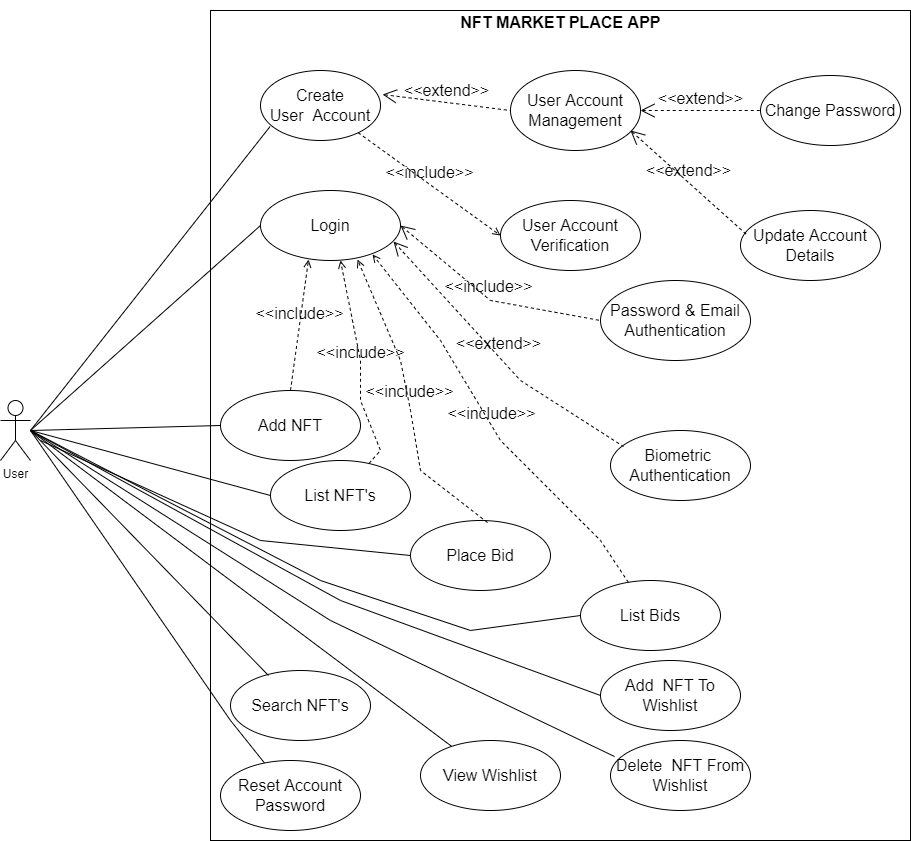
The draw.io diagram diagrams/use-case-diagram.png in kevy0915/NFT_MarketPlace, before a commit. Source tidied: cells renumbered, new cells last; positions are measured from the earlier drawing's top-left corner, leaving out a move shared by most shapes. Source of this version:
```xml
<mxGraphModel>
  <root>
    <mxCell id="0" />
    <mxCell id="1" parent="0" />
    <mxCell id="2" style="rounded=0;whiteSpace=wrap;html=1;" parent="1" vertex="1">
      <mxGeometry x="210" y="10" width="700" height="830" as="geometry" />
    </mxCell>
    <mxCell id="3" value="User" style="shape=umlActor;verticalLabelPosition=bottom;verticalAlign=top;html=1;" parent="1" vertex="1">
      <mxGeometry y="400" width="30" height="60" as="geometry" />
    </mxCell>
    <mxCell id="4" value="&lt;font style=&quot;font-size: 16px;&quot;&gt;NFT MARKET PLACE APP&lt;/font&gt;" style="text;strokeColor=none;fillColor=none;html=1;fontSize=24;fontStyle=1;verticalAlign=middle;align=center;" parent="1" vertex="1">
      <mxGeometry x="510" width="100" height="40" as="geometry" />
    </mxCell>
    <mxCell id="5" value="Create&lt;br&gt;User&amp;nbsp; Account" style="ellipse;whiteSpace=wrap;html=1;fontSize=16;" parent="1" vertex="1">
      <mxGeometry x="260" y="70" width="120" height="70" as="geometry" />
    </mxCell>
    <mxCell id="6" value="User Account Management" style="ellipse;whiteSpace=wrap;html=1;fontSize=16;" parent="1" vertex="1">
      <mxGeometry x="510" y="70" width="130" height="80" as="geometry" />
    </mxCell>
    <mxCell id="7" value="&amp;lt;&amp;lt;extend&amp;gt;&amp;gt;" style="edgeStyle=none;html=1;startArrow=open;endArrow=none;startSize=12;verticalAlign=bottom;dashed=1;labelBackgroundColor=none;rounded=0;fontSize=16;entryX=0;entryY=0.5;entryDx=0;entryDy=0;exitX=1.017;exitY=0.343;exitDx=0;exitDy=0;exitPerimeter=0;" parent="1" edge="1" source="5" target="6">
      <mxGeometry relative="1" as="geometry" />
    </mxCell>
    <mxCell id="8" value="User Account Verification" style="ellipse;whiteSpace=wrap;html=1;fontSize=16;" parent="1" vertex="1">
      <mxGeometry x="500" y="200" width="140" height="70" as="geometry" />
    </mxCell>
    <mxCell id="9" value="&amp;lt;&amp;lt;include&amp;gt;&amp;gt;" style="html=1;verticalAlign=bottom;labelBackgroundColor=none;endArrow=open;endFill=0;dashed=1;rounded=0;fontSize=16;entryX=0;entryY=0.5;entryDx=0;entryDy=0;" parent="1" edge="1" source="5" target="8">
      <mxGeometry relative="1" as="geometry" />
    </mxCell>
    <mxCell id="10" value="Login" style="ellipse;whiteSpace=wrap;html=1;fontSize=16;" parent="1" vertex="1">
      <mxGeometry x="260" y="190" width="140" height="70" as="geometry" />
    </mxCell>
    <mxCell id="11" value="Add NFT" style="ellipse;whiteSpace=wrap;html=1;fontSize=16;" parent="1" vertex="1">
      <mxGeometry x="220" y="390" width="140" height="70" as="geometry" />
    </mxCell>
    <mxCell id="12" value="Search NFT's" style="ellipse;whiteSpace=wrap;html=1;fontSize=16;" parent="1" vertex="1">
      <mxGeometry x="230" y="670" width="140" height="70" as="geometry" />
    </mxCell>
    <mxCell id="13" value="List NFT's" style="ellipse;whiteSpace=wrap;html=1;fontSize=16;" parent="1" vertex="1">
      <mxGeometry x="270" y="460" width="140" height="70" as="geometry" />
    </mxCell>
    <mxCell id="14" value="List Bids" style="ellipse;whiteSpace=wrap;html=1;fontSize=16;" parent="1" vertex="1">
      <mxGeometry x="580" y="580" width="140" height="70" as="geometry" />
    </mxCell>
    <mxCell id="15" value="Password &amp;amp; Email Authentication" style="ellipse;whiteSpace=wrap;html=1;fontSize=16;" parent="1" vertex="1">
      <mxGeometry x="600" y="280" width="150" height="80" as="geometry" />
    </mxCell>
    <mxCell id="16" value="Biometric&amp;nbsp; Authentication" style="ellipse;whiteSpace=wrap;html=1;fontSize=16;" parent="1" vertex="1">
      <mxGeometry x="610" y="430" width="140" height="70" as="geometry" />
    </mxCell>
    <mxCell id="17" style="endArrow=none;html=1;rounded=0;fontSize=16;entryX=0.08;entryY=0.8;entryDx=0;entryDy=0;entryPerimeter=0;exitX=0;exitY=0.5;exitDx=0;exitDy=0;" parent="1" edge="1" source="10" target="5">
      <mxGeometry relative="1" as="geometry">
        <Array as="points">
          <mxPoint x="30" y="430" />
        </Array>
      </mxGeometry>
    </mxCell>
    <mxCell id="18" style="endArrow=none;html=1;rounded=0;fontSize=16;entryX=0;entryY=0.5;entryDx=0;entryDy=0;" parent="1" edge="1" target="11">
      <mxGeometry relative="1" as="geometry">
        <mxPoint x="30" y="430" as="sourcePoint" />
      </mxGeometry>
    </mxCell>
    <mxCell id="19" style="endArrow=none;html=1;rounded=0;fontSize=16;entryX=0;entryY=0.5;entryDx=0;entryDy=0;" parent="1" edge="1" target="13">
      <mxGeometry relative="1" as="geometry">
        <mxPoint x="30" y="430" as="sourcePoint" />
      </mxGeometry>
    </mxCell>
    <mxCell id="20" style="endArrow=none;html=1;rounded=0;fontSize=16;entryX=0.271;entryY=0.071;entryDx=0;entryDy=0;entryPerimeter=0;" parent="1" edge="1" target="12">
      <mxGeometry relative="1" as="geometry">
        <mxPoint x="30" y="430" as="sourcePoint" />
      </mxGeometry>
    </mxCell>
    <mxCell id="21" style="endArrow=none;html=1;rounded=0;fontSize=16;entryX=0;entryY=0.5;entryDx=0;entryDy=0;" parent="1" edge="1" target="14">
      <mxGeometry relative="1" as="geometry">
        <mxPoint x="30" y="430" as="sourcePoint" />
        <Array as="points">
          <mxPoint x="320" y="580" />
          <mxPoint x="470" y="630" />
        </Array>
      </mxGeometry>
    </mxCell>
    <mxCell id="22" value="&amp;lt;&amp;lt;include&amp;gt;&amp;gt;" style="html=1;verticalAlign=bottom;labelBackgroundColor=none;endArrow=open;endFill=0;dashed=1;rounded=0;fontSize=16;exitX=0.5;exitY=0;exitDx=0;exitDy=0;entryX=0.343;entryY=0.986;entryDx=0;entryDy=0;entryPerimeter=0;" parent="1" edge="1" source="11" target="10">
      <mxGeometry relative="1" as="geometry" />
    </mxCell>
    <mxCell id="23" value="&amp;lt;&amp;lt;include&amp;gt;&amp;gt;" style="html=1;verticalAlign=bottom;labelBackgroundColor=none;endArrow=open;endFill=0;dashed=1;rounded=0;fontSize=16;entryX=0.571;entryY=1;entryDx=0;entryDy=0;entryPerimeter=0;" parent="1" edge="1" source="13" target="10">
      <mxGeometry relative="1" as="geometry">
        <Array as="points">
          <mxPoint x="380" y="450" />
          <mxPoint x="360" y="400" />
          <mxPoint x="360" y="360" />
        </Array>
      </mxGeometry>
    </mxCell>
    <mxCell id="24" value="&amp;lt;&amp;lt;include&amp;gt;&amp;gt;" style="html=1;verticalAlign=bottom;labelBackgroundColor=none;endArrow=open;endFill=0;dashed=1;rounded=0;fontSize=16;entryX=0.8;entryY=0.914;entryDx=0;entryDy=0;entryPerimeter=0;" parent="1" edge="1" source="14" target="10">
      <mxGeometry relative="1" as="geometry">
        <Array as="points">
          <mxPoint x="600" y="540" />
          <mxPoint x="500" y="440" />
          <mxPoint x="440" y="340" />
        </Array>
      </mxGeometry>
    </mxCell>
    <mxCell id="25" value="&amp;lt;&amp;lt;include&amp;gt;&amp;gt;" style="edgeStyle=none;html=1;startArrow=open;endArrow=none;startSize=12;verticalAlign=bottom;dashed=1;labelBackgroundColor=none;rounded=0;fontSize=16;entryX=0;entryY=0.5;entryDx=0;entryDy=0;exitX=1;exitY=0.5;exitDx=0;exitDy=0;" parent="1" edge="1" source="10" target="15">
      <mxGeometry relative="1" as="geometry">
        <Array as="points">
          <mxPoint x="490" y="300" />
        </Array>
      </mxGeometry>
    </mxCell>
    <mxCell id="26" value="&amp;lt;&amp;lt;extend&amp;gt;&amp;gt;" style="edgeStyle=none;html=1;startArrow=open;endArrow=none;startSize=12;verticalAlign=bottom;dashed=1;labelBackgroundColor=none;rounded=0;fontSize=16;entryX=0.093;entryY=0.229;entryDx=0;entryDy=0;entryPerimeter=0;exitX=0.95;exitY=0.729;exitDx=0;exitDy=0;exitPerimeter=0;" parent="1" edge="1" source="10" target="16">
      <mxGeometry relative="1" as="geometry">
        <Array as="points">
          <mxPoint x="520" y="380" />
        </Array>
      </mxGeometry>
    </mxCell>
    <mxCell id="27" value="Change Password" style="ellipse;whiteSpace=wrap;html=1;fontSize=16;" parent="1" vertex="1">
      <mxGeometry x="760" y="75" width="140" height="70" as="geometry" />
    </mxCell>
    <mxCell id="28" value="Update Account Details" style="ellipse;whiteSpace=wrap;html=1;fontSize=16;" parent="1" vertex="1">
      <mxGeometry x="740" y="210" width="140" height="70" as="geometry" />
    </mxCell>
    <mxCell id="29" value="Reset Account Password" style="ellipse;whiteSpace=wrap;html=1;fontSize=16;" parent="1" vertex="1">
      <mxGeometry x="220" y="760" width="140" height="70" as="geometry" />
    </mxCell>
    <mxCell id="30" style="endArrow=none;html=1;rounded=0;fontSize=16;" parent="1" edge="1" target="29">
      <mxGeometry relative="1" as="geometry">
        <mxPoint x="30" y="430" as="sourcePoint" />
        <Array as="points">
          <mxPoint x="230" y="720" />
        </Array>
      </mxGeometry>
    </mxCell>
    <mxCell id="31" value="&amp;lt;&amp;lt;extend&amp;gt;&amp;gt;" style="edgeStyle=none;html=1;startArrow=open;endArrow=none;startSize=12;verticalAlign=bottom;dashed=1;labelBackgroundColor=none;rounded=0;fontSize=16;" parent="1" edge="1">
      <mxGeometry relative="1" as="geometry">
        <mxPoint x="640" y="110" as="sourcePoint" />
        <mxPoint x="760" y="110" as="targetPoint" />
      </mxGeometry>
    </mxCell>
    <mxCell id="32" value="&amp;lt;&amp;lt;extend&amp;gt;&amp;gt;" style="edgeStyle=none;html=1;startArrow=open;endArrow=none;startSize=12;verticalAlign=bottom;dashed=1;labelBackgroundColor=none;rounded=0;fontSize=16;entryX=0.043;entryY=0.343;entryDx=0;entryDy=0;entryPerimeter=0;" parent="1" edge="1" target="28">
      <mxGeometry relative="1" as="geometry">
        <mxPoint x="630" y="130" as="sourcePoint" />
      </mxGeometry>
    </mxCell>
    <mxCell id="33" value="Place Bid" style="ellipse;whiteSpace=wrap;html=1;fontSize=16;" parent="1" vertex="1">
      <mxGeometry x="410" y="520" width="140" height="70" as="geometry" />
    </mxCell>
    <mxCell id="34" style="endArrow=none;html=1;rounded=0;fontSize=16;entryX=0;entryY=0.5;entryDx=0;entryDy=0;" parent="1" edge="1" target="33">
      <mxGeometry relative="1" as="geometry">
        <mxPoint x="40" y="440" as="sourcePoint" />
        <Array as="points">
          <mxPoint x="260" y="540" />
        </Array>
      </mxGeometry>
    </mxCell>
    <mxCell id="35" value="&amp;lt;&amp;lt;include&amp;gt;&amp;gt;" style="html=1;verticalAlign=bottom;labelBackgroundColor=none;endArrow=open;endFill=0;dashed=1;rounded=0;fontSize=16;entryX=0.693;entryY=0.986;entryDx=0;entryDy=0;entryPerimeter=0;exitX=0.55;exitY=0.029;exitDx=0;exitDy=0;exitPerimeter=0;" parent="1" edge="1" source="33" target="10">
      <mxGeometry relative="1" as="geometry">
        <Array as="points">
          <mxPoint x="420" y="470" />
          <mxPoint x="410" y="410" />
          <mxPoint x="400" y="360" />
        </Array>
      </mxGeometry>
    </mxCell>
    <mxCell id="36" value="Add&amp;nbsp; NFT To Wishlist" style="ellipse;whiteSpace=wrap;html=1;fontSize=16;" parent="1" vertex="1">
      <mxGeometry x="600" y="660" width="140" height="70" as="geometry" />
    </mxCell>
    <mxCell id="37" value="Delete&amp;nbsp; NFT From Wishlist" style="ellipse;whiteSpace=wrap;html=1;fontSize=16;" parent="1" vertex="1">
      <mxGeometry x="610" y="740" width="140" height="70" as="geometry" />
    </mxCell>
    <mxCell id="38" value="View Wishlist" style="ellipse;whiteSpace=wrap;html=1;fontSize=16;" parent="1" vertex="1">
      <mxGeometry x="420" y="740" width="140" height="70" as="geometry" />
    </mxCell>
    <mxCell id="39" style="endArrow=none;html=1;rounded=0;fontSize=16;" parent="1" edge="1" target="38">
      <mxGeometry relative="1" as="geometry">
        <mxPoint x="30" y="430" as="sourcePoint" />
      </mxGeometry>
    </mxCell>
    <mxCell id="40" style="endArrow=none;html=1;rounded=0;fontSize=16;entryX=0.029;entryY=0.229;entryDx=0;entryDy=0;entryPerimeter=0;" parent="1" edge="1" target="37">
      <mxGeometry relative="1" as="geometry">
        <mxPoint x="30" y="430" as="sourcePoint" />
        <Array as="points">
          <mxPoint x="330" y="620" />
        </Array>
      </mxGeometry>
    </mxCell>
    <mxCell id="41" style="endArrow=none;html=1;rounded=0;fontSize=16;entryX=0;entryY=0.5;entryDx=0;entryDy=0;" parent="1" edge="1" target="36">
      <mxGeometry relative="1" as="geometry">
        <mxPoint x="30" y="430" as="sourcePoint" />
        <Array as="points">
          <mxPoint x="340" y="600" />
        </Array>
      </mxGeometry>
    </mxCell>
  </root>
</mxGraphModel>
```
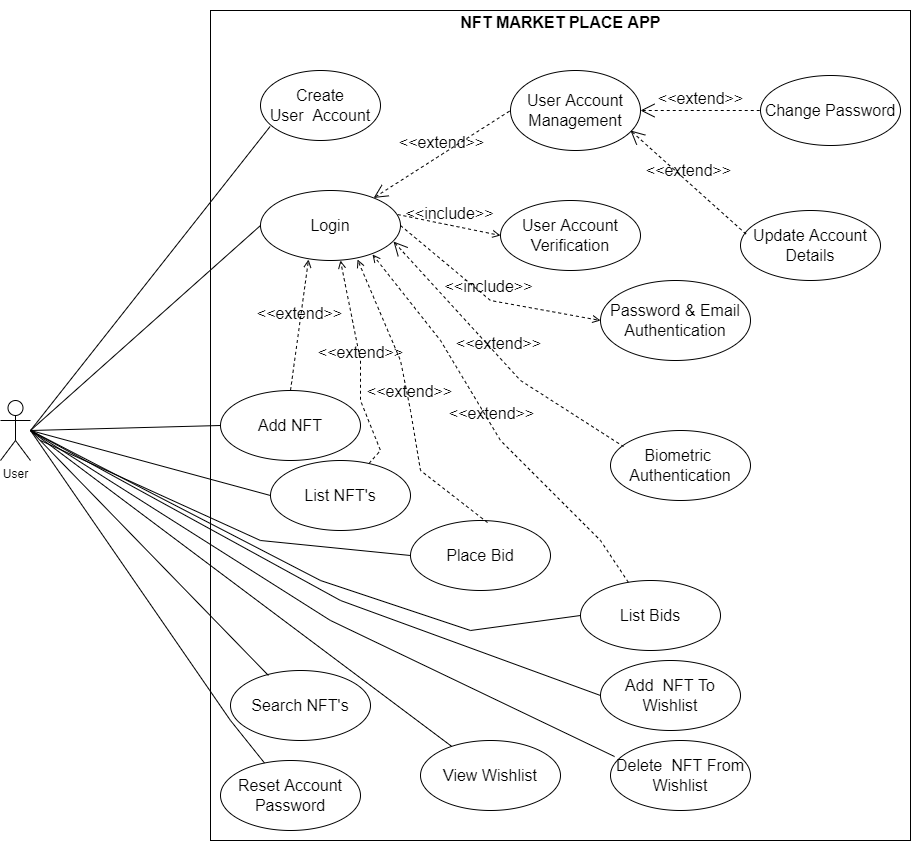
Later version of the same file.

Diff of the diagram source:
```diff
@@ -17,13 +17,13 @@
     <mxCell id="6" value="User Account Management" style="ellipse;whiteSpace=wrap;html=1;fontSize=16;" parent="1" vertex="1">
       <mxGeometry x="510" y="70" width="130" height="80" as="geometry" />
     </mxCell>
-    <mxCell id="7" value="&amp;lt;&amp;lt;extend&amp;gt;&amp;gt;" style="edgeStyle=none;html=1;startArrow=open;endArrow=none;startSize=12;verticalAlign=bottom;dashed=1;labelBackgroundColor=none;rounded=0;fontSize=16;entryX=0;entryY=0.5;entryDx=0;entryDy=0;exitX=1.017;exitY=0.343;exitDx=0;exitDy=0;exitPerimeter=0;" parent="1" edge="1" source="5" target="6">
+    <mxCell id="7" value="&amp;lt;&amp;lt;extend&amp;gt;&amp;gt;" style="edgeStyle=none;html=1;startArrow=open;endArrow=none;startSize=12;verticalAlign=bottom;dashed=1;labelBackgroundColor=none;rounded=0;fontSize=16;entryX=0;entryY=0.5;entryDx=0;entryDy=0;" parent="1" edge="1" source="10" target="6">
       <mxGeometry relative="1" as="geometry" />
     </mxCell>
     <mxCell id="8" value="User Account Verification" style="ellipse;whiteSpace=wrap;html=1;fontSize=16;" parent="1" vertex="1">
       <mxGeometry x="500" y="200" width="140" height="70" as="geometry" />
     </mxCell>
-    <mxCell id="9" value="&amp;lt;&amp;lt;include&amp;gt;&amp;gt;" style="html=1;verticalAlign=bottom;labelBackgroundColor=none;endArrow=open;endFill=0;dashed=1;rounded=0;fontSize=16;entryX=0;entryY=0.5;entryDx=0;entryDy=0;" parent="1" edge="1" source="5" target="8">
+    <mxCell id="9" value="&amp;lt;&amp;lt;include&amp;gt;&amp;gt;" style="html=1;verticalAlign=bottom;labelBackgroundColor=none;endArrow=open;endFill=0;dashed=1;rounded=0;fontSize=16;entryX=0;entryY=0.5;entryDx=0;entryDy=0;exitX=0.979;exitY=0.343;exitDx=0;exitDy=0;exitPerimeter=0;" parent="1" edge="1" source="10" target="8">
       <mxGeometry relative="1" as="geometry" />
     </mxCell>
     <mxCell id="10" value="Login" style="ellipse;whiteSpace=wrap;html=1;fontSize=16;" parent="1" vertex="1">
@@ -78,10 +78,10 @@
         </Array>
       </mxGeometry>
     </mxCell>
-    <mxCell id="22" value="&amp;lt;&amp;lt;include&amp;gt;&amp;gt;" style="html=1;verticalAlign=bottom;labelBackgroundColor=none;endArrow=open;endFill=0;dashed=1;rounded=0;fontSize=16;exitX=0.5;exitY=0;exitDx=0;exitDy=0;entryX=0.343;entryY=0.986;entryDx=0;entryDy=0;entryPerimeter=0;" parent="1" edge="1" source="11" target="10">
+    <mxCell id="22" value="&amp;lt;&amp;lt;extend&amp;gt;&amp;gt;" style="html=1;verticalAlign=bottom;labelBackgroundColor=none;endArrow=open;endFill=0;dashed=1;rounded=0;fontSize=16;exitX=0.5;exitY=0;exitDx=0;exitDy=0;entryX=0.343;entryY=0.986;entryDx=0;entryDy=0;entryPerimeter=0;" parent="1" edge="1" source="11" target="10">
       <mxGeometry relative="1" as="geometry" />
     </mxCell>
-    <mxCell id="23" value="&amp;lt;&amp;lt;include&amp;gt;&amp;gt;" style="html=1;verticalAlign=bottom;labelBackgroundColor=none;endArrow=open;endFill=0;dashed=1;rounded=0;fontSize=16;entryX=0.571;entryY=1;entryDx=0;entryDy=0;entryPerimeter=0;" parent="1" edge="1" source="13" target="10">
+    <mxCell id="23" value="&amp;lt;&amp;lt;extend&amp;gt;&amp;gt;" style="html=1;verticalAlign=bottom;labelBackgroundColor=none;endArrow=open;endFill=0;dashed=1;rounded=0;fontSize=16;entryX=0.571;entryY=1;entryDx=0;entryDy=0;entryPerimeter=0;" parent="1" edge="1" source="13" target="10">
       <mxGeometry relative="1" as="geometry">
         <Array as="points">
           <mxPoint x="380" y="450" />
@@ -90,7 +90,7 @@
         </Array>
       </mxGeometry>
     </mxCell>
-    <mxCell id="24" value="&amp;lt;&amp;lt;include&amp;gt;&amp;gt;" style="html=1;verticalAlign=bottom;labelBackgroundColor=none;endArrow=open;endFill=0;dashed=1;rounded=0;fontSize=16;entryX=0.8;entryY=0.914;entryDx=0;entryDy=0;entryPerimeter=0;" parent="1" edge="1" source="14" target="10">
+    <mxCell id="24" value="&amp;lt;&amp;lt;extend&amp;gt;&amp;gt;" style="html=1;verticalAlign=bottom;labelBackgroundColor=none;endArrow=open;endFill=0;dashed=1;rounded=0;fontSize=16;entryX=0.8;entryY=0.914;entryDx=0;entryDy=0;entryPerimeter=0;" parent="1" edge="1" source="14" target="10">
       <mxGeometry relative="1" as="geometry">
         <Array as="points">
           <mxPoint x="600" y="540" />
@@ -99,7 +99,7 @@
         </Array>
       </mxGeometry>
     </mxCell>
-    <mxCell id="25" value="&amp;lt;&amp;lt;include&amp;gt;&amp;gt;" style="edgeStyle=none;html=1;startArrow=open;endArrow=none;startSize=12;verticalAlign=bottom;dashed=1;labelBackgroundColor=none;rounded=0;fontSize=16;entryX=0;entryY=0.5;entryDx=0;entryDy=0;exitX=1;exitY=0.5;exitDx=0;exitDy=0;" parent="1" edge="1" source="10" target="15">
+    <mxCell id="25" value="&amp;lt;&amp;lt;include&amp;gt;&amp;gt;" style="edgeStyle=none;html=1;startArrow=none;endArrow=open;startSize=12;verticalAlign=bottom;dashed=1;labelBackgroundColor=none;rounded=0;fontSize=16;entryX=0;entryY=0.5;entryDx=0;entryDy=0;exitX=1;exitY=0.5;exitDx=0;exitDy=0;startFill=0;endFill=0;" parent="1" edge="1" source="10" target="15">
       <mxGeometry relative="1" as="geometry">
         <Array as="points">
           <mxPoint x="490" y="300" />
@@ -152,7 +152,7 @@
         </Array>
       </mxGeometry>
     </mxCell>
-    <mxCell id="35" value="&amp;lt;&amp;lt;include&amp;gt;&amp;gt;" style="html=1;verticalAlign=bottom;labelBackgroundColor=none;endArrow=open;endFill=0;dashed=1;rounded=0;fontSize=16;entryX=0.693;entryY=0.986;entryDx=0;entryDy=0;entryPerimeter=0;exitX=0.55;exitY=0.029;exitDx=0;exitDy=0;exitPerimeter=0;" parent="1" edge="1" source="33" target="10">
+    <mxCell id="35" value="&amp;lt;&amp;lt;extend&amp;gt;&amp;gt;" style="html=1;verticalAlign=bottom;labelBackgroundColor=none;endArrow=open;endFill=0;dashed=1;rounded=0;fontSize=16;entryX=0.693;entryY=0.986;entryDx=0;entryDy=0;entryPerimeter=0;exitX=0.55;exitY=0.029;exitDx=0;exitDy=0;exitPerimeter=0;" parent="1" edge="1" source="33" target="10">
       <mxGeometry relative="1" as="geometry">
         <Array as="points">
           <mxPoint x="420" y="470" />
```
